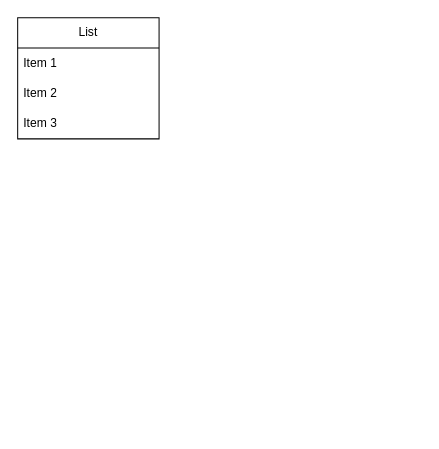
Before: ERD_Predmetnaya_omlast'.drawio in IcRipperr/ERD, a draw.io diagram. Source tidied: cells renumbered, new cells numbered last; positions are measured from the earlier drawing's top-left corner, leaving out a move shared by most shapes. Both pictures are drawn from the tidied source at 101%, with x=0, y=0 at pixel (17, 17).
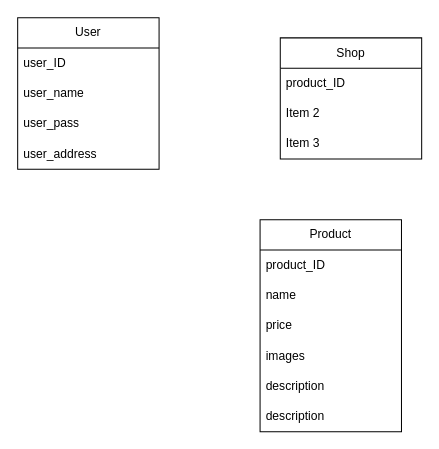
The same diagram, later.

Change to the diagram source:
```diff
@@
 <mxGraphModel>
   <root>
     <mxCell id="0" />
     <mxCell id="1" parent="0" />
-    <mxCell id="2" value="List" style="swimlane;fontStyle=0;horizontal=1;startSize=30;whiteSpace=wrap;html=1;" parent="1" vertex="1">
-      <mxGeometry width="140" height="120" as="geometry" />
+    <mxCell id="2" value="User&lt;br&gt;" style="swimlane;fontStyle=0;horizontal=1;startSize=30;whiteSpace=wrap;html=1;" parent="1" vertex="1">
+      <mxGeometry width="140" height="150" as="geometry" />
     </mxCell>
-    <mxCell id="3" value="Item 1" style="text;strokeColor=none;fillColor=none;align=left;verticalAlign=middle;spacingLeft=4;spacingRight=4;overflow=hidden;whiteSpace=wrap;html=1;" parent="2" vertex="1">
+    <mxCell id="3" value="user_ID" style="text;strokeColor=none;fillColor=none;align=left;verticalAlign=middle;spacingLeft=4;spacingRight=4;overflow=hidden;whiteSpace=wrap;html=1;" parent="2" vertex="1">
       <mxGeometry y="30" width="140" height="30" as="geometry" />
     </mxCell>
-    <mxCell id="4" value="Item 2" style="text;strokeColor=none;fillColor=none;align=left;verticalAlign=middle;spacingLeft=4;spacingRight=4;overflow=hidden;whiteSpace=wrap;html=1;" parent="2" vertex="1">
+    <mxCell id="4" value="user_name" style="text;strokeColor=none;fillColor=none;align=left;verticalAlign=middle;spacingLeft=4;spacingRight=4;overflow=hidden;whiteSpace=wrap;html=1;" parent="2" vertex="1">
       <mxGeometry y="60" width="140" height="30" as="geometry" />
     </mxCell>
-    <mxCell id="5" value="Item 3" style="text;strokeColor=none;fillColor=none;align=left;verticalAlign=middle;spacingLeft=4;spacingRight=4;overflow=hidden;whiteSpace=wrap;html=1;" parent="2" vertex="1">
+    <mxCell id="5" value="user_pass" style="text;strokeColor=none;fillColor=none;align=left;verticalAlign=middle;spacingLeft=4;spacingRight=4;overflow=hidden;whiteSpace=wrap;html=1;" parent="2" vertex="1">
       <mxGeometry y="90" width="140" height="30" as="geometry" />
     </mxCell>
+    <mxCell id="6" value="user_address" style="text;strokeColor=none;fillColor=none;align=left;verticalAlign=middle;spacingLeft=4;spacingRight=4;overflow=hidden;whiteSpace=wrap;html=1;" parent="2" vertex="1">
+      <mxGeometry y="120" width="140" height="30" as="geometry" />
+    </mxCell>
+    <mxCell id="7" value="Shop" style="swimlane;fontStyle=0;horizontal=1;startSize=30;whiteSpace=wrap;html=1;strokeColor=#000000;" parent="1" vertex="1">
+      <mxGeometry x="260" y="20" width="140" height="120" as="geometry" />
+    </mxCell>
+    <mxCell id="8" value="product_ID" style="text;strokeColor=none;fillColor=none;align=left;verticalAlign=middle;spacingLeft=4;spacingRight=4;overflow=hidden;whiteSpace=wrap;html=1;" parent="7" vertex="1">
+      <mxGeometry y="30" width="140" height="30" as="geometry" />
+    </mxCell>
+    <mxCell id="9" value="Item 2" style="text;strokeColor=none;fillColor=none;align=left;verticalAlign=middle;spacingLeft=4;spacingRight=4;overflow=hidden;whiteSpace=wrap;html=1;" parent="7" vertex="1">
+      <mxGeometry y="60" width="140" height="30" as="geometry" />
+    </mxCell>
+    <mxCell id="10" value="Item 3" style="text;strokeColor=none;fillColor=none;align=left;verticalAlign=middle;spacingLeft=4;spacingRight=4;overflow=hidden;whiteSpace=wrap;html=1;" parent="7" vertex="1">
+      <mxGeometry y="90" width="140" height="30" as="geometry" />
+    </mxCell>
+    <mxCell id="11" value="Product" style="swimlane;fontStyle=0;horizontal=1;startSize=30;whiteSpace=wrap;html=1;strokeColor=#000000;" parent="1" vertex="1">
+      <mxGeometry x="240" y="200" width="140" height="210" as="geometry" />
+    </mxCell>
+    <mxCell id="12" value="product_ID" style="text;strokeColor=none;fillColor=none;align=left;verticalAlign=middle;spacingLeft=4;spacingRight=4;overflow=hidden;whiteSpace=wrap;html=1;" parent="11" vertex="1">
+      <mxGeometry y="30" width="140" height="30" as="geometry" />
+    </mxCell>
+    <mxCell id="13" value="name" style="text;strokeColor=none;fillColor=none;align=left;verticalAlign=middle;spacingLeft=4;spacingRight=4;overflow=hidden;whiteSpace=wrap;html=1;" parent="11" vertex="1">
+      <mxGeometry y="60" width="140" height="30" as="geometry" />
+    </mxCell>
+    <mxCell id="14" value="price" style="text;strokeColor=none;fillColor=none;align=left;verticalAlign=middle;spacingLeft=4;spacingRight=4;overflow=hidden;whiteSpace=wrap;html=1;" parent="11" vertex="1">
+      <mxGeometry y="90" width="140" height="30" as="geometry" />
+    </mxCell>
+    <mxCell id="15" value="images" style="text;strokeColor=none;fillColor=none;align=left;verticalAlign=middle;spacingLeft=4;spacingRight=4;overflow=hidden;whiteSpace=wrap;html=1;" parent="11" vertex="1">
+      <mxGeometry y="120" width="140" height="30" as="geometry" />
+    </mxCell>
+    <mxCell id="16" value="description" style="text;strokeColor=none;fillColor=none;align=left;verticalAlign=middle;spacingLeft=4;spacingRight=4;overflow=hidden;whiteSpace=wrap;html=1;" parent="11" vertex="1">
+      <mxGeometry y="150" width="140" height="30" as="geometry" />
+    </mxCell>
+    <mxCell id="17" value="description" style="text;strokeColor=none;fillColor=none;align=left;verticalAlign=middle;spacingLeft=4;spacingRight=4;overflow=hidden;whiteSpace=wrap;html=1;" parent="11" vertex="1">
+      <mxGeometry y="180" width="140" height="30" as="geometry" />
+    </mxCell>
   </root>
 </mxGraphModel>
```
